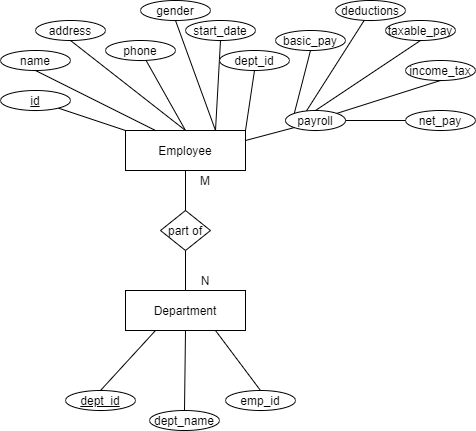
Before: employeepayroll.png, a diagram exported from draw.io (Omkeshwari97/DB-Payroll-Service). Source tidied: cells renumbered, new cells last; positions are measured from the earlier drawing's top-left corner, leaving out a move shared by most shapes. The source it was exported from:
```xml
<mxGraphModel>
  <root>
    <mxCell id="0" />
    <mxCell id="1" parent="0" />
    <mxCell id="2" value="Employee" style="rounded=0;whiteSpace=wrap;html=1;" parent="1" vertex="1">
      <mxGeometry x="125" y="130" width="120" height="40" as="geometry" />
    </mxCell>
    <mxCell id="3" value="Department" style="rounded=0;whiteSpace=wrap;html=1;" parent="1" vertex="1">
      <mxGeometry x="125" y="290" width="120" height="40" as="geometry" />
    </mxCell>
    <mxCell id="4" style="endArrow=none;html=1;exitX=0.5;exitY=1;exitDx=0;exitDy=0;entryX=0.5;entryY=0;entryDx=0;entryDy=0;" parent="1" edge="1" source="19" target="3">
      <mxGeometry relative="1" as="geometry" />
    </mxCell>
    <mxCell id="5" value="N" style="text;html=1;strokeColor=none;fillColor=none;align=center;verticalAlign=middle;whiteSpace=wrap;rounded=0;" parent="1" vertex="1">
      <mxGeometry x="185" y="270" width="40" height="20" as="geometry" />
    </mxCell>
    <mxCell id="6" value="M" style="text;html=1;strokeColor=none;fillColor=none;align=center;verticalAlign=middle;whiteSpace=wrap;rounded=0;" parent="1" vertex="1">
      <mxGeometry x="185" y="170" width="40" height="20" as="geometry" />
    </mxCell>
    <mxCell id="7" style="endArrow=none;html=1;exitX=0;exitY=0;exitDx=0;exitDy=0;" parent="1" edge="1" source="2" target="8">
      <mxGeometry relative="1" as="geometry" />
    </mxCell>
    <mxCell id="8" value="&lt;u&gt;id&lt;/u&gt;" style="ellipse;whiteSpace=wrap;html=1;" parent="1" vertex="1">
      <mxGeometry y="90" width="70" height="20" as="geometry" />
    </mxCell>
    <mxCell id="9" value="name" style="ellipse;whiteSpace=wrap;html=1;" parent="1" vertex="1">
      <mxGeometry y="50" width="70" height="20" as="geometry" />
    </mxCell>
    <mxCell id="10" style="endArrow=none;html=1;exitX=0.25;exitY=0;exitDx=0;exitDy=0;entryX=0.5;entryY=1;entryDx=0;entryDy=0;" parent="1" edge="1" source="2" target="9">
      <mxGeometry relative="1" as="geometry" />
    </mxCell>
    <mxCell id="11" value="phone" style="ellipse;whiteSpace=wrap;html=1;" parent="1" vertex="1">
      <mxGeometry x="105" y="40" width="70" height="20" as="geometry" />
    </mxCell>
    <mxCell id="12" style="endArrow=none;html=1;exitX=0.5;exitY=0;exitDx=0;exitDy=0;" parent="1" edge="1" source="2" target="11">
      <mxGeometry relative="1" as="geometry" />
    </mxCell>
    <mxCell id="13" value="gender" style="ellipse;whiteSpace=wrap;html=1;" parent="1" vertex="1">
      <mxGeometry x="140" width="70" height="20" as="geometry" />
    </mxCell>
    <mxCell id="14" style="endArrow=none;html=1;exitX=0.75;exitY=0;exitDx=0;exitDy=0;entryX=0.5;entryY=1;entryDx=0;entryDy=0;" parent="1" edge="1" source="2" target="13">
      <mxGeometry relative="1" as="geometry" />
    </mxCell>
    <mxCell id="15" value="address" style="ellipse;whiteSpace=wrap;html=1;" parent="1" vertex="1">
      <mxGeometry x="35" y="20" width="70" height="20" as="geometry" />
    </mxCell>
    <mxCell id="16" style="endArrow=none;html=1;exitX=0.5;exitY=0;exitDx=0;exitDy=0;entryX=0.5;entryY=1;entryDx=0;entryDy=0;" parent="1" edge="1" source="2" target="15">
      <mxGeometry relative="1" as="geometry" />
    </mxCell>
    <mxCell id="17" value="start_date" style="ellipse;whiteSpace=wrap;html=1;" parent="1" vertex="1">
      <mxGeometry x="185" y="20" width="70" height="20" as="geometry" />
    </mxCell>
    <mxCell id="18" style="endArrow=none;html=1;exitX=0.75;exitY=0;exitDx=0;exitDy=0;entryX=0.5;entryY=1;entryDx=0;entryDy=0;" parent="1" edge="1" source="2" target="17">
      <mxGeometry relative="1" as="geometry" />
    </mxCell>
    <mxCell id="19" value="part of" style="rhombus;whiteSpace=wrap;html=1;" parent="1" vertex="1">
      <mxGeometry x="160" y="210" width="50" height="40" as="geometry" />
    </mxCell>
    <mxCell id="20" style="endArrow=none;html=1;exitX=0.5;exitY=1;exitDx=0;exitDy=0;entryX=0.5;entryY=0;entryDx=0;entryDy=0;" parent="1" edge="1" source="2" target="19">
      <mxGeometry relative="1" as="geometry" />
    </mxCell>
    <mxCell id="21" value="basic_pay" style="ellipse;whiteSpace=wrap;html=1;" parent="1" vertex="1">
      <mxGeometry x="275" y="30" width="70" height="20" as="geometry" />
    </mxCell>
    <mxCell id="22" value="net_pay" style="ellipse;whiteSpace=wrap;html=1;" parent="1" vertex="1">
      <mxGeometry x="405" y="110" width="70" height="20" as="geometry" />
    </mxCell>
    <mxCell id="23" value="income_tax" style="ellipse;whiteSpace=wrap;html=1;" parent="1" vertex="1">
      <mxGeometry x="405" y="60" width="70" height="20" as="geometry" />
    </mxCell>
    <mxCell id="24" value="taxable_pay" style="ellipse;whiteSpace=wrap;html=1;" parent="1" vertex="1">
      <mxGeometry x="385" y="20" width="70" height="20" as="geometry" />
    </mxCell>
    <mxCell id="25" value="deductions" style="ellipse;whiteSpace=wrap;html=1;" parent="1" vertex="1">
      <mxGeometry x="335" width="70" height="20" as="geometry" />
    </mxCell>
    <mxCell id="26" style="endArrow=none;html=1;exitX=1;exitY=0.5;exitDx=0;exitDy=0;entryX=0;entryY=0.5;entryDx=0;entryDy=0;" parent="1" edge="1" source="35" target="22">
      <mxGeometry relative="1" as="geometry" />
    </mxCell>
    <mxCell id="27" style="endArrow=none;html=1;exitX=1;exitY=0;exitDx=0;exitDy=0;entryX=0.5;entryY=1;entryDx=0;entryDy=0;" parent="1" edge="1" source="35" target="23">
      <mxGeometry relative="1" as="geometry" />
    </mxCell>
    <mxCell id="28" style="endArrow=none;html=1;exitX=0.5;exitY=0;exitDx=0;exitDy=0;entryX=0.5;entryY=1;entryDx=0;entryDy=0;" parent="1" edge="1" source="35" target="24">
      <mxGeometry relative="1" as="geometry" />
    </mxCell>
    <mxCell id="29" style="endArrow=none;html=1;exitX=0.333;exitY=0.1;exitDx=0;exitDy=0;exitPerimeter=0;" parent="1" edge="1" source="35" target="25">
      <mxGeometry relative="1" as="geometry" />
    </mxCell>
    <mxCell id="30" style="endArrow=none;html=1;exitX=0;exitY=0;exitDx=0;exitDy=0;entryX=0.5;entryY=1;entryDx=0;entryDy=0;" parent="1" edge="1" source="35" target="21">
      <mxGeometry relative="1" as="geometry" />
    </mxCell>
    <mxCell id="31" value="dept_id" style="ellipse;whiteSpace=wrap;html=1;" parent="1" vertex="1">
      <mxGeometry x="219" y="50" width="70" height="20" as="geometry" />
    </mxCell>
    <mxCell id="32" style="endArrow=none;html=1;exitX=0;exitY=0;exitDx=0;exitDy=0;entryX=0.5;entryY=1;entryDx=0;entryDy=0;" parent="1" edge="1" target="31">
      <mxGeometry relative="1" as="geometry">
        <mxPoint x="245" y="130" as="sourcePoint" />
      </mxGeometry>
    </mxCell>
    <mxCell id="33" value="&lt;u&gt;dept_id&lt;/u&gt;" style="ellipse;whiteSpace=wrap;html=1;" parent="1" vertex="1">
      <mxGeometry x="65" y="390" width="70" height="20" as="geometry" />
    </mxCell>
    <mxCell id="34" style="endArrow=none;html=1;entryX=0.5;entryY=0;entryDx=0;entryDy=0;exitX=0.25;exitY=1;exitDx=0;exitDy=0;" parent="1" edge="1" source="3" target="33">
      <mxGeometry relative="1" as="geometry" />
    </mxCell>
    <mxCell id="35" value="payroll" style="ellipse;whiteSpace=wrap;html=1;" parent="1" vertex="1">
      <mxGeometry x="285" y="110" width="60" height="20" as="geometry" />
    </mxCell>
    <mxCell id="36" style="endArrow=none;html=1;exitX=1;exitY=0.25;exitDx=0;exitDy=0;entryX=0;entryY=1;entryDx=0;entryDy=0;" parent="1" edge="1" source="2" target="35">
      <mxGeometry relative="1" as="geometry" />
    </mxCell>
    <mxCell id="37" value="dept_name" style="ellipse;whiteSpace=wrap;html=1;" parent="1" vertex="1">
      <mxGeometry x="149" y="410" width="70" height="20" as="geometry" />
    </mxCell>
    <mxCell id="38" value="emp_id" style="ellipse;whiteSpace=wrap;html=1;" parent="1" vertex="1">
      <mxGeometry x="225" y="390" width="70" height="20" as="geometry" />
    </mxCell>
    <mxCell id="39" style="endArrow=none;html=1;entryX=0.5;entryY=0;entryDx=0;entryDy=0;exitX=0.5;exitY=1;exitDx=0;exitDy=0;fontStyle=1;" parent="1" edge="1" source="3" target="37">
      <mxGeometry relative="1" as="geometry" />
    </mxCell>
    <mxCell id="40" style="endArrow=none;html=1;entryX=0.5;entryY=0;entryDx=0;entryDy=0;exitX=0.75;exitY=1;exitDx=0;exitDy=0;" parent="1" edge="1" source="3" target="38">
      <mxGeometry relative="1" as="geometry" />
    </mxCell>
  </root>
</mxGraphModel>
```
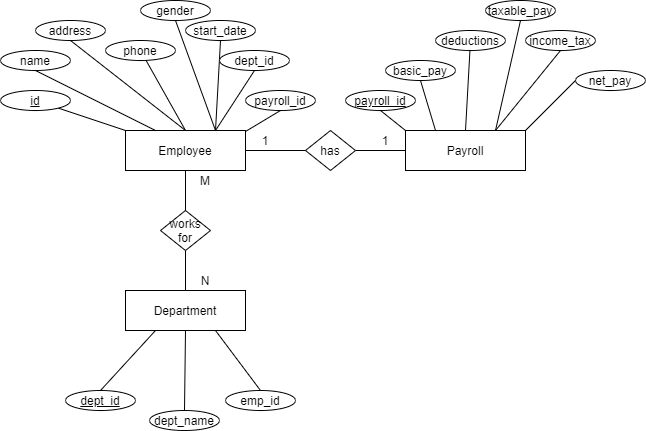
Above is the later version.

Commit message:
Refactor: Modified ER diagram of employee_payroll system

Diff of the diagram source:
```diff
@@ -53,49 +53,47 @@
     <mxCell id="18" style="endArrow=none;html=1;exitX=0.75;exitY=0;exitDx=0;exitDy=0;entryX=0.5;entryY=1;entryDx=0;entryDy=0;" parent="1" edge="1" source="2" target="17">
       <mxGeometry relative="1" as="geometry" />
     </mxCell>
-    <mxCell id="19" value="part of" style="rhombus;whiteSpace=wrap;html=1;" parent="1" vertex="1">
+    <mxCell id="19" value="works for" style="rhombus;whiteSpace=wrap;html=1;" parent="1" vertex="1">
       <mxGeometry x="160" y="210" width="50" height="40" as="geometry" />
     </mxCell>
     <mxCell id="20" style="endArrow=none;html=1;exitX=0.5;exitY=1;exitDx=0;exitDy=0;entryX=0.5;entryY=0;entryDx=0;entryDy=0;" parent="1" edge="1" source="2" target="19">
       <mxGeometry relative="1" as="geometry" />
     </mxCell>
     <mxCell id="21" value="basic_pay" style="ellipse;whiteSpace=wrap;html=1;" parent="1" vertex="1">
-      <mxGeometry x="275" y="30" width="70" height="20" as="geometry" />
+      <mxGeometry x="385" y="60" width="70" height="20" as="geometry" />
     </mxCell>
     <mxCell id="22" value="net_pay" style="ellipse;whiteSpace=wrap;html=1;" parent="1" vertex="1">
-      <mxGeometry x="405" y="110" width="70" height="20" as="geometry" />
+      <mxGeometry x="575" y="70" width="70" height="20" as="geometry" />
     </mxCell>
     <mxCell id="23" value="income_tax" style="ellipse;whiteSpace=wrap;html=1;" parent="1" vertex="1">
-      <mxGeometry x="405" y="60" width="70" height="20" as="geometry" />
+      <mxGeometry x="525" y="30" width="70" height="20" as="geometry" />
     </mxCell>
     <mxCell id="24" value="taxable_pay" style="ellipse;whiteSpace=wrap;html=1;" parent="1" vertex="1">
-      <mxGeometry x="385" y="20" width="70" height="20" as="geometry" />
+      <mxGeometry x="485" width="70" height="20" as="geometry" />
     </mxCell>
     <mxCell id="25" value="deductions" style="ellipse;whiteSpace=wrap;html=1;" parent="1" vertex="1">
-      <mxGeometry x="335" width="70" height="20" as="geometry" />
+      <mxGeometry x="435" y="30" width="70" height="20" as="geometry" />
     </mxCell>
-    <mxCell id="26" style="endArrow=none;html=1;exitX=1;exitY=0.5;exitDx=0;exitDy=0;entryX=0;entryY=0.5;entryDx=0;entryDy=0;" parent="1" edge="1" source="35" target="22">
+    <mxCell id="26" style="endArrow=none;html=1;exitX=1;exitY=0;exitDx=0;exitDy=0;entryX=0;entryY=0.5;entryDx=0;entryDy=0;" parent="1" edge="1" source="41" target="22">
       <mxGeometry relative="1" as="geometry" />
     </mxCell>
-    <mxCell id="27" style="endArrow=none;html=1;exitX=1;exitY=0;exitDx=0;exitDy=0;entryX=0.5;entryY=1;entryDx=0;entryDy=0;" parent="1" edge="1" source="35" target="23">
+    <mxCell id="27" style="endArrow=none;html=1;exitX=0.75;exitY=0;exitDx=0;exitDy=0;entryX=0.5;entryY=1;entryDx=0;entryDy=0;" parent="1" edge="1" source="41" target="23">
       <mxGeometry relative="1" as="geometry" />
     </mxCell>
-    <mxCell id="28" style="endArrow=none;html=1;exitX=0.5;exitY=0;exitDx=0;exitDy=0;entryX=0.5;entryY=1;entryDx=0;entryDy=0;" parent="1" edge="1" source="35" target="24">
+    <mxCell id="28" style="endArrow=none;html=1;entryX=0.5;entryY=1;entryDx=0;entryDy=0;exitX=0.75;exitY=0;exitDx=0;exitDy=0;" parent="1" edge="1" source="41" target="24">
       <mxGeometry relative="1" as="geometry" />
     </mxCell>
-    <mxCell id="29" style="endArrow=none;html=1;exitX=0.333;exitY=0.1;exitDx=0;exitDy=0;exitPerimeter=0;" parent="1" edge="1" source="35" target="25">
+    <mxCell id="29" style="endArrow=none;html=1;exitX=0.5;exitY=0;exitDx=0;exitDy=0;" parent="1" edge="1" source="41" target="25">
       <mxGeometry relative="1" as="geometry" />
     </mxCell>
-    <mxCell id="30" style="endArrow=none;html=1;exitX=0;exitY=0;exitDx=0;exitDy=0;entryX=0.5;entryY=1;entryDx=0;entryDy=0;" parent="1" edge="1" source="35" target="21">
+    <mxCell id="30" style="endArrow=none;html=1;exitX=0.25;exitY=0;exitDx=0;exitDy=0;entryX=0.5;entryY=1;entryDx=0;entryDy=0;" parent="1" edge="1" source="41" target="21">
       <mxGeometry relative="1" as="geometry" />
     </mxCell>
     <mxCell id="31" value="dept_id" style="ellipse;whiteSpace=wrap;html=1;" parent="1" vertex="1">
       <mxGeometry x="219" y="50" width="70" height="20" as="geometry" />
     </mxCell>
-    <mxCell id="32" style="endArrow=none;html=1;exitX=0;exitY=0;exitDx=0;exitDy=0;entryX=0.5;entryY=1;entryDx=0;entryDy=0;" parent="1" edge="1" target="31">
-      <mxGeometry relative="1" as="geometry">
-        <mxPoint x="245" y="130" as="sourcePoint" />
-      </mxGeometry>
+    <mxCell id="32" style="endArrow=none;html=1;exitX=0.75;exitY=0;exitDx=0;exitDy=0;entryX=0.5;entryY=1;entryDx=0;entryDy=0;" parent="1" edge="1" source="2" target="31">
+      <mxGeometry relative="1" as="geometry" />
     </mxCell>
     <mxCell id="33" value="&lt;u&gt;dept_id&lt;/u&gt;" style="ellipse;whiteSpace=wrap;html=1;" parent="1" vertex="1">
       <mxGeometry x="65" y="390" width="70" height="20" as="geometry" />
@@ -103,12 +101,6 @@
     <mxCell id="34" style="endArrow=none;html=1;entryX=0.5;entryY=0;entryDx=0;entryDy=0;exitX=0.25;exitY=1;exitDx=0;exitDy=0;" parent="1" edge="1" source="3" target="33">
       <mxGeometry relative="1" as="geometry" />
     </mxCell>
-    <mxCell id="35" value="payroll" style="ellipse;whiteSpace=wrap;html=1;" parent="1" vertex="1">
-      <mxGeometry x="285" y="110" width="60" height="20" as="geometry" />
-    </mxCell>
-    <mxCell id="36" style="endArrow=none;html=1;exitX=1;exitY=0.25;exitDx=0;exitDy=0;entryX=0;entryY=1;entryDx=0;entryDy=0;" parent="1" edge="1" source="2" target="35">
-      <mxGeometry relative="1" as="geometry" />
-    </mxCell>
     <mxCell id="37" value="dept_name" style="ellipse;whiteSpace=wrap;html=1;" parent="1" vertex="1">
       <mxGeometry x="149" y="410" width="70" height="20" as="geometry" />
     </mxCell>
@@ -121,5 +113,37 @@
     <mxCell id="40" style="endArrow=none;html=1;entryX=0.5;entryY=0;entryDx=0;entryDy=0;exitX=0.75;exitY=1;exitDx=0;exitDy=0;" parent="1" edge="1" source="3" target="38">
       <mxGeometry relative="1" as="geometry" />
     </mxCell>
+    <mxCell id="41" value="Payroll" style="rounded=0;whiteSpace=wrap;html=1;" parent="1" vertex="1">
+      <mxGeometry x="405" y="130" width="120" height="40" as="geometry" />
+    </mxCell>
+    <mxCell id="42" value="&lt;u&gt;payroll_id&lt;/u&gt;" style="ellipse;whiteSpace=wrap;html=1;" parent="1" vertex="1">
+      <mxGeometry x="345" y="90" width="70" height="20" as="geometry" />
+    </mxCell>
+    <mxCell id="43" value="payroll_id" style="ellipse;whiteSpace=wrap;html=1;" parent="1" vertex="1">
+      <mxGeometry x="245" y="90" width="70" height="20" as="geometry" />
+    </mxCell>
+    <mxCell id="44" style="endArrow=none;html=1;exitX=0;exitY=0;exitDx=0;exitDy=0;entryX=0.5;entryY=1;entryDx=0;entryDy=0;" parent="1" edge="1" source="41" target="42">
+      <mxGeometry relative="1" as="geometry" />
+    </mxCell>
+    <mxCell id="45" style="endArrow=none;html=1;entryX=0.5;entryY=1;entryDx=0;entryDy=0;" parent="1" edge="1" target="43">
+      <mxGeometry relative="1" as="geometry">
+        <mxPoint x="245" y="131" as="sourcePoint" />
+      </mxGeometry>
+    </mxCell>
+    <mxCell id="46" style="endArrow=none;html=1;exitX=1;exitY=0.5;exitDx=0;exitDy=0;entryX=0;entryY=0.5;entryDx=0;entryDy=0;" parent="1" edge="1" source="47" target="41">
+      <mxGeometry relative="1" as="geometry" />
+    </mxCell>
+    <mxCell id="47" value="has" style="rhombus;whiteSpace=wrap;html=1;" parent="1" vertex="1">
+      <mxGeometry x="305" y="130" width="50" height="40" as="geometry" />
+    </mxCell>
+    <mxCell id="48" style="endArrow=none;html=1;exitX=1;exitY=0.5;exitDx=0;exitDy=0;entryX=0;entryY=0.5;entryDx=0;entryDy=0;" parent="1" edge="1" source="2" target="47">
+      <mxGeometry relative="1" as="geometry" />
+    </mxCell>
+    <mxCell id="49" value="1" style="text;html=1;strokeColor=none;fillColor=none;align=center;verticalAlign=middle;whiteSpace=wrap;rounded=0;" parent="1" vertex="1">
+      <mxGeometry x="245" y="130" width="40" height="20" as="geometry" />
+    </mxCell>
+    <mxCell id="50" value="1" style="text;html=1;strokeColor=none;fillColor=none;align=center;verticalAlign=middle;whiteSpace=wrap;rounded=0;" parent="1" vertex="1">
+      <mxGeometry x="365" y="130" width="40" height="20" as="geometry" />
+    </mxCell>
   </root>
 </mxGraphModel>
```
